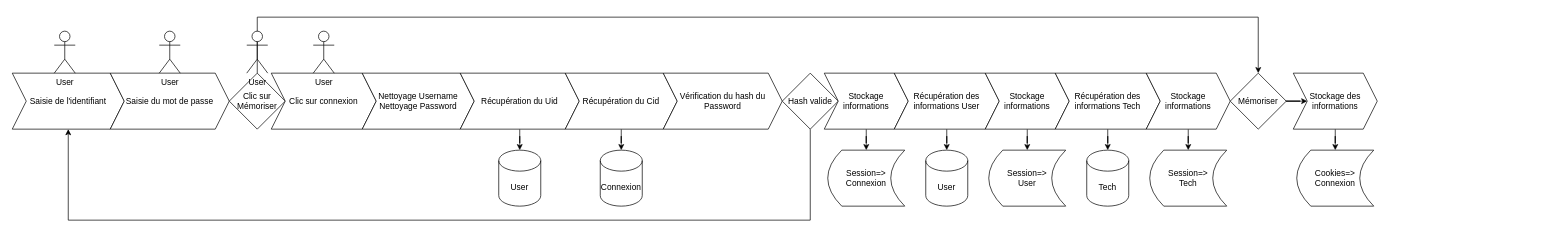
ROYJohan08/RJI-User.royjohan.fr keeps this draw.io diagram as Docs/Diagram/StructuralDiagram.drawio. Above is the earlier version. Source tidied: cells renumbered, new cells numbered last; positions are measured from the earlier drawing's top-left corner, leaving out a move shared by most shapes. Both pictures are drawn from the tidied source at 70%, with x=0, y=0 at pixel (12, 17).
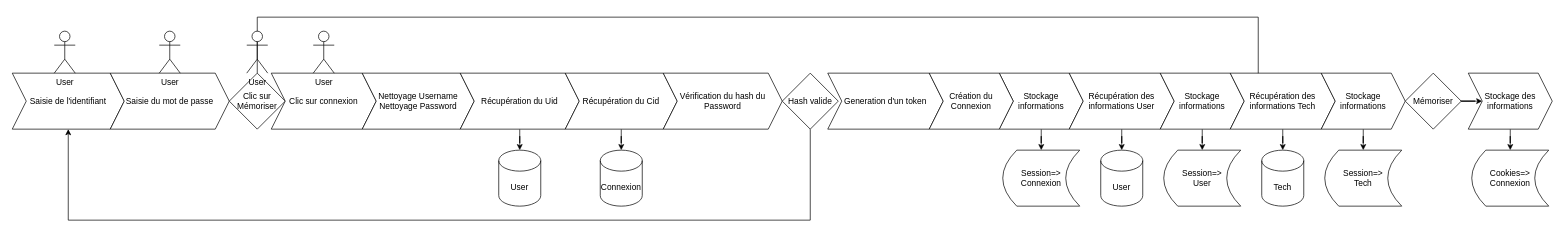
After the change.

Change to the diagram source:
```diff
@@
     <mxCell id="22" value="Stockage informations" style="shape=step;perimeter=stepPerimeter;whiteSpace=wrap;html=1;fixedSize=1;" parent="1" vertex="1">
-      <mxGeometry x="1160" y="80" width="120" height="80" as="geometry" />
+      <mxGeometry x="1410" y="80" width="120" height="80" as="geometry" />
     </mxCell>
     <mxCell id="23" value="Session=&amp;gt;&lt;div&gt;Connexion&lt;/div&gt;" style="shape=dataStorage;whiteSpace=wrap;html=1;fixedSize=1;" parent="1" vertex="1">
-      <mxGeometry x="1165" y="190" width="110" height="80" as="geometry" />
+      <mxGeometry x="1415" y="190" width="110" height="80" as="geometry" />
     </mxCell>
@@
     <mxCell id="25" value="Récupération des informations User" style="shape=step;perimeter=stepPerimeter;whiteSpace=wrap;html=1;fixedSize=1;" parent="1" vertex="1">
-      <mxGeometry x="1260" y="80" width="150" height="80" as="geometry" />
+      <mxGeometry x="1510" y="80" width="150" height="80" as="geometry" />
     </mxCell>
     <mxCell id="26" value="User" style="shape=cylinder3;whiteSpace=wrap;html=1;boundedLbl=1;backgroundOutline=1;size=15;" parent="1" vertex="1">
-      <mxGeometry x="1305" y="190" width="60" height="80" as="geometry" />
+      <mxGeometry x="1555" y="190" width="60" height="80" as="geometry" />
     </mxCell>
@@
     <mxCell id="28" value="Stockage informations" style="shape=step;perimeter=stepPerimeter;whiteSpace=wrap;html=1;fixedSize=1;" parent="1" vertex="1">
-      <mxGeometry x="1390" y="80" width="120" height="80" as="geometry" />
+      <mxGeometry x="1640" y="80" width="120" height="80" as="geometry" />
     </mxCell>
     <mxCell id="29" value="&lt;div&gt;Session=&amp;gt;&lt;/div&gt;&lt;div&gt;User&lt;/div&gt;" style="shape=dataStorage;whiteSpace=wrap;html=1;fixedSize=1;" parent="1" vertex="1">
-      <mxGeometry x="1395" y="190" width="110" height="80" as="geometry" />
+      <mxGeometry x="1645" y="190" width="110" height="80" as="geometry" />
     </mxCell>
@@
     <mxCell id="31" value="Récupération des informations Tech" style="shape=step;perimeter=stepPerimeter;whiteSpace=wrap;html=1;fixedSize=1;" parent="1" vertex="1">
-      <mxGeometry x="1490" y="80" width="150" height="80" as="geometry" />
+      <mxGeometry x="1740" y="80" width="150" height="80" as="geometry" />
     </mxCell>
     <mxCell id="32" value="Tech" style="shape=cylinder3;whiteSpace=wrap;html=1;boundedLbl=1;backgroundOutline=1;size=15;" parent="1" vertex="1">
-      <mxGeometry x="1535" y="190" width="60" height="80" as="geometry" />
+      <mxGeometry x="1785" y="190" width="60" height="80" as="geometry" />
     </mxCell>
@@
     <mxCell id="34" value="Stockage informations" style="shape=step;perimeter=stepPerimeter;whiteSpace=wrap;html=1;fixedSize=1;" parent="1" vertex="1">
-      <mxGeometry x="1620" y="80" width="120" height="80" as="geometry" />
+      <mxGeometry x="1870" y="80" width="120" height="80" as="geometry" />
     </mxCell>
     <mxCell id="35" value="&lt;div&gt;Session=&amp;gt;&lt;/div&gt;&lt;div&gt;Tech&lt;/div&gt;" style="shape=dataStorage;whiteSpace=wrap;html=1;fixedSize=1;" parent="1" vertex="1">
-      <mxGeometry x="1625" y="190" width="110" height="80" as="geometry" />
+      <mxGeometry x="1875" y="190" width="110" height="80" as="geometry" />
     </mxCell>
@@
     <mxCell id="37" value="Mémoriser" style="rhombus;whiteSpace=wrap;html=1;" parent="1" vertex="1">
-      <mxGeometry x="1740" y="80" width="80" height="80" as="geometry" />
+      <mxGeometry x="1990" y="80" width="80" height="80" as="geometry" />
     </mxCell>
@@
     <mxCell id="39" value="Stockage des informations" style="shape=step;perimeter=stepPerimeter;whiteSpace=wrap;html=1;fixedSize=1;" parent="1" vertex="1">
-      <mxGeometry x="1830" y="80" width="120" height="80" as="geometry" />
+      <mxGeometry x="2080" y="80" width="120" height="80" as="geometry" />
     </mxCell>
     <mxCell id="40" value="&lt;div&gt;Cookies=&amp;gt;&lt;/div&gt;&lt;div&gt;Connexion&lt;/div&gt;" style="shape=dataStorage;whiteSpace=wrap;html=1;fixedSize=1;" parent="1" vertex="1">
-      <mxGeometry x="1835" y="190" width="110" height="80" as="geometry" />
+      <mxGeometry x="2085" y="190" width="110" height="80" as="geometry" />
     </mxCell>
+    <mxCell id="41" value="Generation d'un token" style="shape=step;perimeter=stepPerimeter;whiteSpace=wrap;html=1;fixedSize=1;" parent="1" vertex="1">
+      <mxGeometry x="1165" y="80" width="165" height="80" as="geometry" />
+    </mxCell>
+    <mxCell id="42" value="Création du Connexion" style="shape=step;perimeter=stepPerimeter;whiteSpace=wrap;html=1;fixedSize=1;" parent="1" vertex="1">
+      <mxGeometry x="1310" y="80" width="120" height="80" as="geometry" />
+    </mxCell>
```
